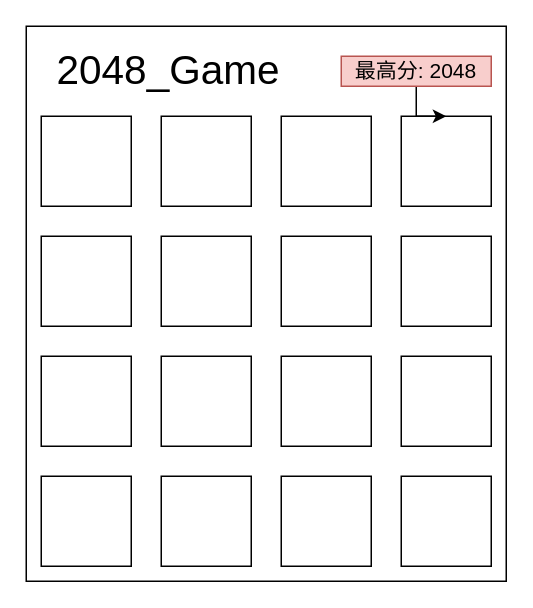
The draw.io diagram 2048.drawio in ArcherWayne/pygame-2048, before the edit. Source tidied: cells renumbered, new cells numbered last; positions are measured from the earlier drawing's top-left corner, leaving out a move shared by most shapes. Both pictures are drawn from the tidied source at 150%, with x=0, y=0 at pixel (26, 26).
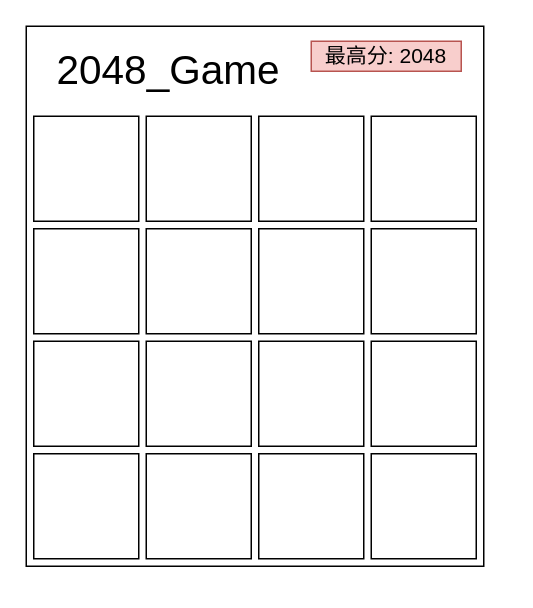
The same diagram, later.

Commit message (it also covers changes not shown here):
better colors and UI

What changed in the source:
```diff
@@
     <mxCell id="2" style="rounded=0;whiteSpace=wrap;html=1;" parent="1" vertex="1">
-      <mxGeometry width="320" height="370" as="geometry" />
+      <mxGeometry width="305" height="360" as="geometry" />
     </mxCell>
-    <mxCell id="3" style="rounded=0;whiteSpace=wrap;html=1;" parent="1" vertex="1">
-      <mxGeometry x="10" y="300" width="60" height="60" as="geometry" />
-    </mxCell>
-    <mxCell id="4" style="rounded=0;whiteSpace=wrap;html=1;" parent="1" vertex="1">
-      <mxGeometry x="90" y="300" width="60" height="60" as="geometry" />
-    </mxCell>
-    <mxCell id="5" style="rounded=0;whiteSpace=wrap;html=1;" parent="1" vertex="1">
-      <mxGeometry x="170" y="300" width="60" height="60" as="geometry" />
-    </mxCell>
-    <mxCell id="6" style="rounded=0;whiteSpace=wrap;html=1;" parent="1" vertex="1">
-      <mxGeometry x="250" y="300" width="60" height="60" as="geometry" />
-    </mxCell>
-    <mxCell id="7" style="rounded=0;whiteSpace=wrap;html=1;" parent="1" vertex="1">
-      <mxGeometry x="10" y="220" width="60" height="60" as="geometry" />
-    </mxCell>
-    <mxCell id="8" style="rounded=0;whiteSpace=wrap;html=1;" parent="1" vertex="1">
-      <mxGeometry x="90" y="220" width="60" height="60" as="geometry" />
-    </mxCell>
-    <mxCell id="9" style="rounded=0;whiteSpace=wrap;html=1;" parent="1" vertex="1">
-      <mxGeometry x="170" y="220" width="60" height="60" as="geometry" />
-    </mxCell>
-    <mxCell id="10" style="rounded=0;whiteSpace=wrap;html=1;" parent="1" vertex="1">
-      <mxGeometry x="250" y="220" width="60" height="60" as="geometry" />
-    </mxCell>
-    <mxCell id="11" style="rounded=0;whiteSpace=wrap;html=1;" parent="1" vertex="1">
-      <mxGeometry x="10" y="140" width="60" height="60" as="geometry" />
-    </mxCell>
-    <mxCell id="12" style="rounded=0;whiteSpace=wrap;html=1;" parent="1" vertex="1">
-      <mxGeometry x="90" y="140" width="60" height="60" as="geometry" />
-    </mxCell>
-    <mxCell id="13" style="rounded=0;whiteSpace=wrap;html=1;" parent="1" vertex="1">
-      <mxGeometry x="170" y="140" width="60" height="60" as="geometry" />
-    </mxCell>
-    <mxCell id="14" style="rounded=0;whiteSpace=wrap;html=1;" parent="1" vertex="1">
-      <mxGeometry x="250" y="140" width="60" height="60" as="geometry" />
-    </mxCell>
     <mxCell id="15" style="rounded=0;whiteSpace=wrap;html=1;" parent="1" vertex="1">
-      <mxGeometry x="10" y="60" width="60" height="60" as="geometry" />
+      <mxGeometry x="5" y="60" width="70" height="70" as="geometry" />
     </mxCell>
-    <mxCell id="16" style="rounded=0;whiteSpace=wrap;html=1;" parent="1" vertex="1">
-      <mxGeometry x="90" y="60" width="60" height="60" as="geometry" />
-    </mxCell>
-    <mxCell id="17" style="rounded=0;whiteSpace=wrap;html=1;" parent="1" vertex="1">
-      <mxGeometry x="170" y="60" width="60" height="60" as="geometry" />
-    </mxCell>
-    <mxCell id="18" style="rounded=0;whiteSpace=wrap;html=1;" parent="1" vertex="1">
-      <mxGeometry x="250" y="60" width="60" height="60" as="geometry" />
-    </mxCell>
@@
-    <mxCell id="20" style="edgeStyle=orthogonalEdgeStyle;rounded=0;jettySize=auto;html=1;" parent="1" edge="1" source="21" target="18">
-      <mxGeometry relative="1" as="geometry" />
-    </mxCell>
     <mxCell id="21" value="&lt;font style=&quot;font-size: 14px&quot;&gt;最高分: 2048&lt;/font&gt;" style="text;html=1;strokeColor=#b85450;fillColor=#f8cecc;align=center;verticalAlign=middle;whiteSpace=wrap;rounded=0;" parent="1" vertex="1">
-      <mxGeometry x="210" y="20" width="100" height="20" as="geometry" />
+      <mxGeometry x="190" y="10" width="100" height="20" as="geometry" />
     </mxCell>
+    <mxCell id="22" style="rounded=0;whiteSpace=wrap;html=1;" parent="1" vertex="1">
+      <mxGeometry x="80" y="60" width="70" height="70" as="geometry" />
+    </mxCell>
+    <mxCell id="23" style="rounded=0;whiteSpace=wrap;html=1;" parent="1" vertex="1">
+      <mxGeometry x="155" y="60" width="70" height="70" as="geometry" />
+    </mxCell>
+    <mxCell id="24" style="rounded=0;whiteSpace=wrap;html=1;" parent="1" vertex="1">
+      <mxGeometry x="230" y="60" width="70" height="70" as="geometry" />
+    </mxCell>
+    <mxCell id="25" style="rounded=0;whiteSpace=wrap;html=1;" parent="1" vertex="1">
+      <mxGeometry x="80" y="135" width="70" height="70" as="geometry" />
+    </mxCell>
+    <mxCell id="26" style="rounded=0;whiteSpace=wrap;html=1;" parent="1" vertex="1">
+      <mxGeometry x="155" y="135" width="70" height="70" as="geometry" />
+    </mxCell>
+    <mxCell id="27" style="rounded=0;whiteSpace=wrap;html=1;" parent="1" vertex="1">
+      <mxGeometry x="230" y="135" width="70" height="70" as="geometry" />
+    </mxCell>
+    <mxCell id="28" style="rounded=0;whiteSpace=wrap;html=1;" parent="1" vertex="1">
+      <mxGeometry x="5" y="285" width="70" height="70" as="geometry" />
+    </mxCell>
+    <mxCell id="29" style="rounded=0;whiteSpace=wrap;html=1;" parent="1" vertex="1">
+      <mxGeometry x="80" y="285" width="70" height="70" as="geometry" />
+    </mxCell>
+    <mxCell id="30" style="rounded=0;whiteSpace=wrap;html=1;" parent="1" vertex="1">
+      <mxGeometry x="155" y="285" width="70" height="70" as="geometry" />
+    </mxCell>
+    <mxCell id="31" style="rounded=0;whiteSpace=wrap;html=1;" parent="1" vertex="1">
+      <mxGeometry x="230" y="285" width="70" height="70" as="geometry" />
+    </mxCell>
+    <mxCell id="32" style="rounded=0;whiteSpace=wrap;html=1;" parent="1" vertex="1">
+      <mxGeometry x="230" y="210" width="70" height="70" as="geometry" />
+    </mxCell>
+    <mxCell id="33" style="rounded=0;whiteSpace=wrap;html=1;" parent="1" vertex="1">
+      <mxGeometry x="155" y="210" width="70" height="70" as="geometry" />
+    </mxCell>
+    <mxCell id="34" style="rounded=0;whiteSpace=wrap;html=1;" parent="1" vertex="1">
+      <mxGeometry x="5" y="210" width="70" height="70" as="geometry" />
+    </mxCell>
+    <mxCell id="35" style="rounded=0;whiteSpace=wrap;html=1;" parent="1" vertex="1">
+      <mxGeometry x="80" y="210" width="70" height="70" as="geometry" />
+    </mxCell>
+    <mxCell id="36" style="rounded=0;whiteSpace=wrap;html=1;" parent="1" vertex="1">
+      <mxGeometry x="5" y="135" width="70" height="70" as="geometry" />
+    </mxCell>
```
